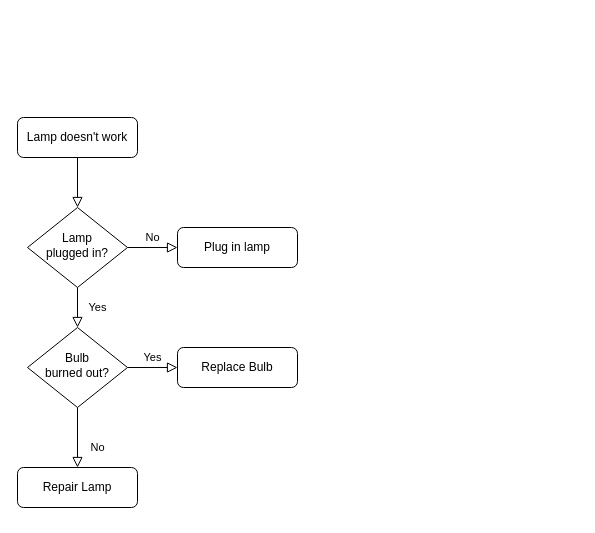
This is Untitled Diagram.drawio from bandolonc/library-project, a draw.io file, before an edit. Source tidied: cells renumbered, new cells numbered last; positions are measured from the earlier drawing's top-left corner, leaving out a move shared by most shapes. Both pictures are drawn from the tidied source at 100%, with x=0, y=0 at pixel (17, 117).
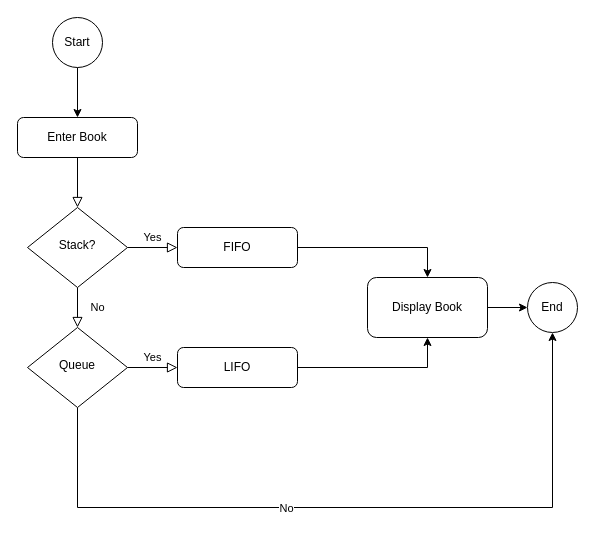
The same diagram, later.

Commit message:
Library-App

What changed in the source:
```diff
@@
-    <mxCell id="3" value="Lamp doesn't work" style="rounded=1;whiteSpace=wrap;html=1;fontSize=12;glass=0;strokeWidth=1;shadow=0;" parent="1" vertex="1">
+    <mxCell id="3" value="Enter Book" style="rounded=1;whiteSpace=wrap;html=1;fontSize=12;glass=0;strokeWidth=1;shadow=0;" parent="1" vertex="1">
       <mxGeometry width="120" height="40" as="geometry" />
     </mxCell>
-    <mxCell id="4" value="Yes" style="rounded=0;html=1;jettySize=auto;fontSize=11;endArrow=block;endFill=0;endSize=8;strokeWidth=1;shadow=0;labelBackgroundColor=none;edgeStyle=orthogonalEdgeStyle;" parent="1" edge="1" source="6" target="10">
+    <mxCell id="4" value="No" style="rounded=0;html=1;jettySize=auto;fontSize=11;endArrow=block;endFill=0;endSize=8;strokeWidth=1;shadow=0;labelBackgroundColor=none;edgeStyle=orthogonalEdgeStyle;" parent="1" edge="1" source="6" target="10">
       <mxGeometry y="20" relative="1" as="geometry" />
     </mxCell>
-    <mxCell id="5" value="No" style="edgeStyle=orthogonalEdgeStyle;rounded=0;html=1;jettySize=auto;fontSize=11;endArrow=block;endFill=0;endSize=8;strokeWidth=1;shadow=0;labelBackgroundColor=none;" parent="1" edge="1" source="6" target="7">
+    <mxCell id="5" value="Yes" style="edgeStyle=orthogonalEdgeStyle;rounded=0;html=1;jettySize=auto;fontSize=11;endArrow=block;endFill=0;endSize=8;strokeWidth=1;shadow=0;labelBackgroundColor=none;" parent="1" edge="1" source="6" target="7">
       <mxGeometry y="10" relative="1" as="geometry" />
     </mxCell>
-    <mxCell id="6" value="Lamp&lt;br&gt;plugged in?" style="rhombus;whiteSpace=wrap;html=1;shadow=0;fontFamily=Helvetica;fontSize=12;align=center;strokeWidth=1;spacing=6;spacingTop=-4;" parent="1" vertex="1">
+    <mxCell id="6" value="Stack?" style="rhombus;whiteSpace=wrap;html=1;shadow=0;fontFamily=Helvetica;fontSize=12;align=center;strokeWidth=1;spacing=6;spacingTop=-4;" parent="1" vertex="1">
       <mxGeometry x="10" y="90" width="100" height="80" as="geometry" />
     </mxCell>
+    <mxCell id="13" style="edgeStyle=orthogonalEdgeStyle;rounded=0;jettySize=auto;html=1;exitX=1;exitY=0.5;exitDx=0;exitDy=0;" parent="1" edge="1" source="7" target="17">
+      <mxGeometry relative="1" as="geometry" />
+    </mxCell>
-    <mxCell id="7" value="Plug in lamp" style="rounded=1;whiteSpace=wrap;html=1;fontSize=12;glass=0;strokeWidth=1;shadow=0;" parent="1" vertex="1">
+    <mxCell id="7" value="FIFO" style="rounded=1;whiteSpace=wrap;html=1;fontSize=12;glass=0;strokeWidth=1;shadow=0;" parent="1" vertex="1">
       <mxGeometry x="160" y="110" width="120" height="40" as="geometry" />
     </mxCell>
+    <mxCell id="9" value="Yes" style="edgeStyle=orthogonalEdgeStyle;rounded=0;html=1;jettySize=auto;fontSize=11;endArrow=block;endFill=0;endSize=8;strokeWidth=1;shadow=0;labelBackgroundColor=none;" parent="1" edge="1" source="10" target="12">
+      <mxGeometry y="10" relative="1" as="geometry" />
+    </mxCell>
+    <mxCell id="14" style="edgeStyle=orthogonalEdgeStyle;rounded=0;jettySize=auto;html=1;entryX=0.5;entryY=1;entryDx=0;entryDy=0;" parent="1" edge="1" source="10" target="20">
+      <mxGeometry relative="1" as="geometry">
+        <Array as="points">
+          <mxPoint x="60" y="390" />
+          <mxPoint x="535" y="390" />
+        </Array>
+      </mxGeometry>
+    </mxCell>
-    <mxCell id="8" value="No" style="rounded=0;html=1;jettySize=auto;fontSize=11;endArrow=block;endFill=0;endSize=8;strokeWidth=1;shadow=0;labelBackgroundColor=none;edgeStyle=orthogonalEdgeStyle;" parent="1" edge="1" source="10" target="11">
-      <mxGeometry x="0.33" y="20" relative="1" as="geometry" />
+    <mxCell id="8" value="No" style="edgeLabel;html=1;align=center;verticalAlign=middle;" parent="14" vertex="1">
+      <mxGeometry x="-0.18" relative="1" as="geometry" />
     </mxCell>
-    <mxCell id="9" value="Yes" style="edgeStyle=orthogonalEdgeStyle;rounded=0;html=1;jettySize=auto;fontSize=11;endArrow=block;endFill=0;endSize=8;strokeWidth=1;shadow=0;labelBackgroundColor=none;" parent="1" edge="1" source="10" target="12">
-      <mxGeometry y="10" relative="1" as="geometry" />
-    </mxCell>
-    <mxCell id="10" value="Bulb&lt;br&gt;burned out?" style="rhombus;whiteSpace=wrap;html=1;shadow=0;fontFamily=Helvetica;fontSize=12;align=center;strokeWidth=1;spacing=6;spacingTop=-4;" parent="1" vertex="1">
+    <mxCell id="10" value="Queue" style="rhombus;whiteSpace=wrap;html=1;shadow=0;fontFamily=Helvetica;fontSize=12;align=center;strokeWidth=1;spacing=6;spacingTop=-4;" parent="1" vertex="1">
       <mxGeometry x="10" y="210" width="100" height="80" as="geometry" />
     </mxCell>
-    <mxCell id="11" value="Repair Lamp" style="rounded=1;whiteSpace=wrap;html=1;fontSize=12;glass=0;strokeWidth=1;shadow=0;" parent="1" vertex="1">
-      <mxGeometry y="350" width="120" height="40" as="geometry" />
-    </mxCell>
+    <mxCell id="15" style="edgeStyle=orthogonalEdgeStyle;rounded=0;jettySize=auto;html=1;entryX=0.5;entryY=1;entryDx=0;entryDy=0;" parent="1" edge="1" source="12" target="17">
+      <mxGeometry relative="1" as="geometry" />
+    </mxCell>
-    <mxCell id="12" value="Replace Bulb" style="rounded=1;whiteSpace=wrap;html=1;fontSize=12;glass=0;strokeWidth=1;shadow=0;" parent="1" vertex="1">
+    <mxCell id="12" value="LIFO" style="rounded=1;whiteSpace=wrap;html=1;fontSize=12;glass=0;strokeWidth=1;shadow=0;" parent="1" vertex="1">
       <mxGeometry x="160" y="230" width="120" height="40" as="geometry" />
     </mxCell>
+    <mxCell id="16" style="edgeStyle=orthogonalEdgeStyle;rounded=0;jettySize=auto;html=1;exitX=1;exitY=0.5;exitDx=0;exitDy=0;entryX=0;entryY=0.5;entryDx=0;entryDy=0;" parent="1" edge="1" source="17" target="20">
+      <mxGeometry relative="1" as="geometry" />
+    </mxCell>
+    <mxCell id="17" value="Display Book" style="rounded=1;whiteSpace=wrap;html=1;" parent="1" vertex="1">
+      <mxGeometry x="350" y="160" width="120" height="60" as="geometry" />
+    </mxCell>
+    <mxCell id="18" style="edgeStyle=orthogonalEdgeStyle;rounded=0;jettySize=auto;html=1;exitX=0.5;exitY=1;exitDx=0;exitDy=0;" parent="1" edge="1" source="19" target="3">
+      <mxGeometry relative="1" as="geometry" />
+    </mxCell>
+    <mxCell id="19" value="Start" style="ellipse;whiteSpace=wrap;html=1;" parent="1" vertex="1">
+      <mxGeometry x="35" y="-100" width="50" height="50" as="geometry" />
+    </mxCell>
+    <mxCell id="20" value="End" style="ellipse;whiteSpace=wrap;html=1;" parent="1" vertex="1">
+      <mxGeometry x="510" y="165" width="50" height="50" as="geometry" />
+    </mxCell>
```
